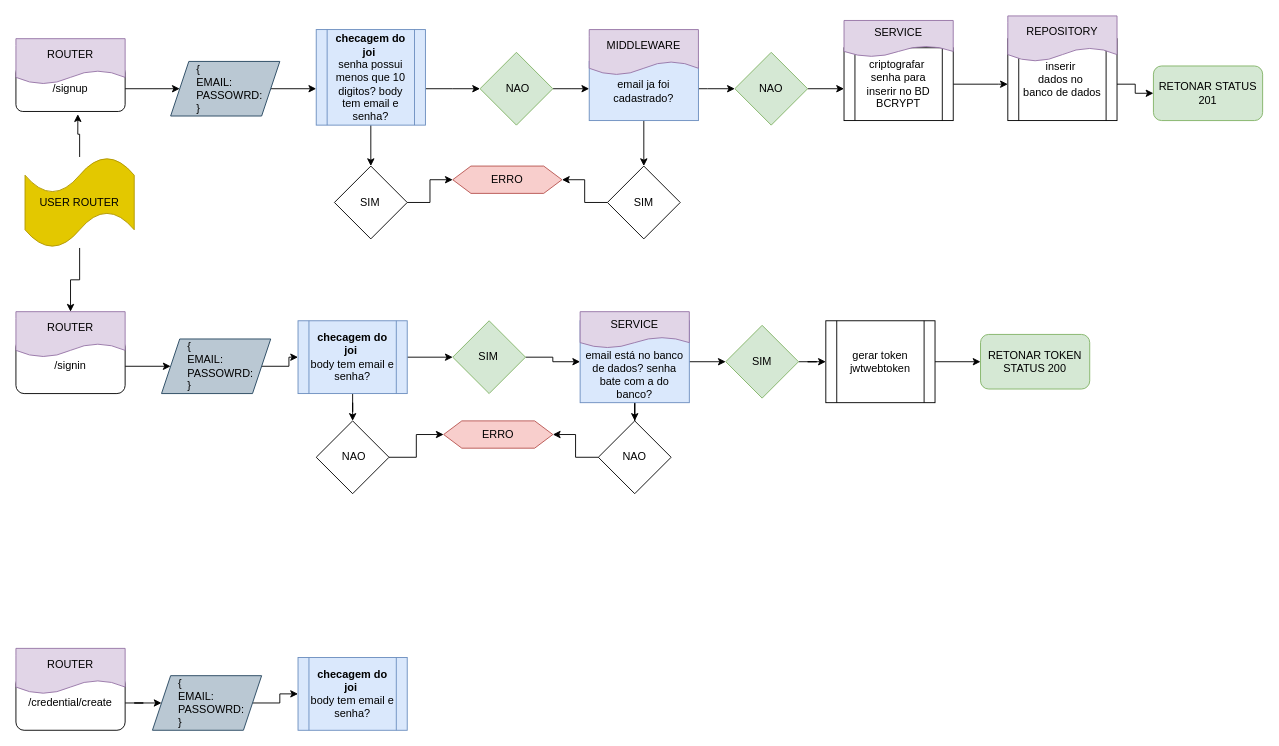
jhuzinha/Fluxogramas keeps this draw.io diagram as DrivenPass.drawio. Above is the earlier version. Source tidied: cells renumbered, new cells numbered last; positions are measured from the earlier drawing's top-left corner, leaving out a move shared by most shapes. Both pictures are drawn from the tidied source at 91%, with x=0, y=0 at pixel (15, 15).
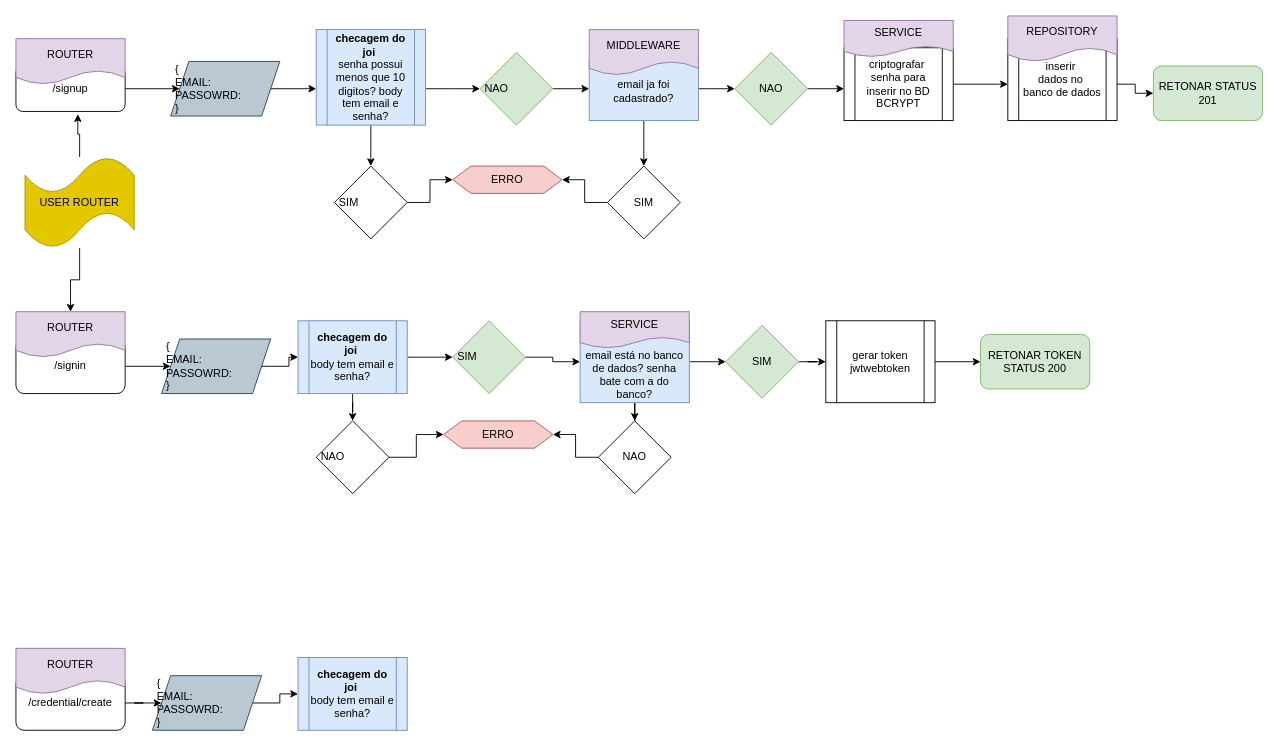
The same diagram, later.

What changed in the source:
```diff
@@
-    <mxCell id="6" value="&lt;div style=&quot;&quot;&gt;&lt;span style=&quot;background-color: initial;&quot;&gt;&lt;span style=&quot;white-space: pre;&quot;&gt;&#9;&lt;/span&gt;{&lt;/span&gt;&lt;/div&gt;&lt;div style=&quot;&quot;&gt;&lt;span style=&quot;background-color: initial;&quot;&gt;&lt;span style=&quot;white-space: pre;&quot;&gt;&#9;&lt;/span&gt;EMAIL:&amp;nbsp;&lt;/span&gt;&lt;/div&gt;&lt;div style=&quot;&quot;&gt;&lt;span style=&quot;background-color: initial;&quot;&gt;&lt;span style=&quot;white-space: pre;&quot;&gt;&#9;&lt;/span&gt;PASSOWRD:&lt;/span&gt;&lt;/div&gt;&lt;div style=&quot;&quot;&gt;&lt;span style=&quot;background-color: initial;&quot;&gt;&lt;span style=&quot;white-space: pre;&quot;&gt;&#9;&lt;/span&gt;}&lt;/span&gt;&lt;/div&gt;" style="shape=parallelogram;perimeter=parallelogramPerimeter;whiteSpace=wrap;html=1;fixedSize=1;align=left;fillColor=#bac8d3;strokeColor=#23445d;" parent="1" vertex="1">
+    <mxCell id="6" value="&lt;div style=&quot;&quot;&gt;&lt;span style=&quot;background-color: initial;&quot;&gt;&lt;span style=&quot;white-space: pre;&quot;&gt; &lt;/span&gt;{&lt;/span&gt;&lt;/div&gt;&lt;div style=&quot;&quot;&gt;&lt;span style=&quot;background-color: initial;&quot;&gt;&lt;span style=&quot;white-space: pre;&quot;&gt; &lt;/span&gt;EMAIL:&amp;nbsp;&lt;/span&gt;&lt;/div&gt;&lt;div style=&quot;&quot;&gt;&lt;span style=&quot;background-color: initial;&quot;&gt;&lt;span style=&quot;white-space: pre;&quot;&gt; &lt;/span&gt;PASSOWRD:&lt;/span&gt;&lt;/div&gt;&lt;div style=&quot;&quot;&gt;&lt;span style=&quot;background-color: initial;&quot;&gt;&lt;span style=&quot;white-space: pre;&quot;&gt; &lt;/span&gt;}&lt;/span&gt;&lt;/div&gt;" style="shape=parallelogram;perimeter=parallelogramPerimeter;whiteSpace=wrap;html=1;fixedSize=1;align=left;fillColor=#bac8d3;strokeColor=#23445d;" parent="1" vertex="1">
       <mxGeometry x="170" y="50" width="120" height="60" as="geometry" />
     </mxCell>
@@
-    <mxCell id="11" value="&lt;span style=&quot;white-space: pre;&quot;&gt;&#9;&lt;/span&gt;SIM" style="rhombus;whiteSpace=wrap;html=1;align=left;" parent="1" vertex="1">
+    <mxCell id="11" value="&lt;span style=&quot;white-space: pre;&quot;&gt; &lt;/span&gt;SIM" style="rhombus;whiteSpace=wrap;html=1;align=left;" parent="1" vertex="1">
       <mxGeometry x="350" y="165" width="80" height="80" as="geometry" />
     </mxCell>
@@
-    <mxCell id="13" value="&lt;span style=&quot;white-space: pre;&quot;&gt;&#9;&lt;/span&gt;NAO" style="rhombus;whiteSpace=wrap;html=1;align=left;fillColor=#d5e8d4;strokeColor=#82b366;" parent="1" vertex="1">
+    <mxCell id="13" value="&lt;span style=&quot;white-space: pre;&quot;&gt; &lt;/span&gt;NAO" style="rhombus;whiteSpace=wrap;html=1;align=left;fillColor=#d5e8d4;strokeColor=#82b366;" parent="1" vertex="1">
       <mxGeometry x="510" y="40" width="80" height="80" as="geometry" />
     </mxCell>
@@
-    <mxCell id="33" value="&lt;div style=&quot;&quot;&gt;&lt;span style=&quot;background-color: initial;&quot;&gt;&lt;span style=&quot;white-space: pre;&quot;&gt;&#9;&lt;/span&gt;{&lt;/span&gt;&lt;/div&gt;&lt;div style=&quot;&quot;&gt;&lt;span style=&quot;background-color: initial;&quot;&gt;&lt;span style=&quot;white-space: pre;&quot;&gt;&#9;&lt;/span&gt;EMAIL:&amp;nbsp;&lt;/span&gt;&lt;/div&gt;&lt;div style=&quot;&quot;&gt;&lt;span style=&quot;background-color: initial;&quot;&gt;&lt;span style=&quot;white-space: pre;&quot;&gt;&#9;&lt;/span&gt;PASSOWRD:&lt;/span&gt;&lt;/div&gt;&lt;div style=&quot;&quot;&gt;&lt;span style=&quot;background-color: initial;&quot;&gt;&lt;span style=&quot;white-space: pre;&quot;&gt;&#9;&lt;/span&gt;}&lt;/span&gt;&lt;/div&gt;" style="shape=parallelogram;perimeter=parallelogramPerimeter;whiteSpace=wrap;html=1;fixedSize=1;align=left;fillColor=#bac8d3;strokeColor=#23445d;" parent="1" vertex="1">
+    <mxCell id="33" value="&lt;div style=&quot;&quot;&gt;&lt;span style=&quot;background-color: initial;&quot;&gt;&lt;span style=&quot;white-space: pre;&quot;&gt; &lt;/span&gt;{&lt;/span&gt;&lt;/div&gt;&lt;div style=&quot;&quot;&gt;&lt;span style=&quot;background-color: initial;&quot;&gt;&lt;span style=&quot;white-space: pre;&quot;&gt; &lt;/span&gt;EMAIL:&amp;nbsp;&lt;/span&gt;&lt;/div&gt;&lt;div style=&quot;&quot;&gt;&lt;span style=&quot;background-color: initial;&quot;&gt;&lt;span style=&quot;white-space: pre;&quot;&gt; &lt;/span&gt;PASSOWRD:&lt;/span&gt;&lt;/div&gt;&lt;div style=&quot;&quot;&gt;&lt;span style=&quot;background-color: initial;&quot;&gt;&lt;span style=&quot;white-space: pre;&quot;&gt; &lt;/span&gt;}&lt;/span&gt;&lt;/div&gt;" style="shape=parallelogram;perimeter=parallelogramPerimeter;whiteSpace=wrap;html=1;fixedSize=1;align=left;fillColor=#bac8d3;strokeColor=#23445d;" parent="1" vertex="1">
       <mxGeometry x="160" y="355" width="120" height="60" as="geometry" />
     </mxCell>
@@
-    <mxCell id="38" value="&lt;span style=&quot;white-space: pre;&quot;&gt;&#9;&lt;/span&gt;NAO" style="rhombus;whiteSpace=wrap;html=1;align=left;" parent="1" vertex="1">
+    <mxCell id="38" value="&lt;span style=&quot;white-space: pre;&quot;&gt; &lt;/span&gt;NAO" style="rhombus;whiteSpace=wrap;html=1;align=left;" parent="1" vertex="1">
       <mxGeometry x="330" y="445" width="80" height="80" as="geometry" />
     </mxCell>
@@
-    <mxCell id="41" value="&lt;span style=&quot;white-space: pre;&quot;&gt;&#9;&lt;/span&gt;SIM" style="rhombus;whiteSpace=wrap;html=1;align=left;fillColor=#d5e8d4;strokeColor=#82b366;" parent="1" vertex="1">
+    <mxCell id="41" value="&lt;span style=&quot;white-space: pre;&quot;&gt; &lt;/span&gt;SIM" style="rhombus;whiteSpace=wrap;html=1;align=left;fillColor=#d5e8d4;strokeColor=#82b366;" parent="1" vertex="1">
       <mxGeometry x="480" y="335" width="80" height="80" as="geometry" />
     </mxCell>
@@
-    <mxCell id="61" value="&lt;div style=&quot;&quot;&gt;&lt;span style=&quot;background-color: initial;&quot;&gt;&lt;span style=&quot;white-space: pre;&quot;&gt;&#9;&lt;/span&gt;{&lt;/span&gt;&lt;/div&gt;&lt;div style=&quot;&quot;&gt;&lt;span style=&quot;background-color: initial;&quot;&gt;&lt;span style=&quot;white-space: pre;&quot;&gt;&#9;&lt;/span&gt;EMAIL:&amp;nbsp;&lt;/span&gt;&lt;/div&gt;&lt;div style=&quot;&quot;&gt;&lt;span style=&quot;background-color: initial;&quot;&gt;&lt;span style=&quot;white-space: pre;&quot;&gt;&#9;&lt;/span&gt;PASSOWRD:&lt;/span&gt;&lt;/div&gt;&lt;div style=&quot;&quot;&gt;&lt;span style=&quot;background-color: initial;&quot;&gt;&lt;span style=&quot;white-space: pre;&quot;&gt;&#9;&lt;/span&gt;}&lt;/span&gt;&lt;/div&gt;" style="shape=parallelogram;perimeter=parallelogramPerimeter;whiteSpace=wrap;html=1;fixedSize=1;align=left;fillColor=#bac8d3;strokeColor=#23445d;" parent="1" vertex="1">
+    <mxCell id="61" value="&lt;div style=&quot;&quot;&gt;&lt;span style=&quot;background-color: initial;&quot;&gt;&lt;span style=&quot;white-space: pre;&quot;&gt; &lt;/span&gt;{&lt;/span&gt;&lt;/div&gt;&lt;div style=&quot;&quot;&gt;&lt;span style=&quot;background-color: initial;&quot;&gt;&lt;span style=&quot;white-space: pre;&quot;&gt; &lt;/span&gt;EMAIL:&amp;nbsp;&lt;/span&gt;&lt;/div&gt;&lt;div style=&quot;&quot;&gt;&lt;span style=&quot;background-color: initial;&quot;&gt;&lt;span style=&quot;white-space: pre;&quot;&gt; &lt;/span&gt;PASSOWRD:&lt;/span&gt;&lt;/div&gt;&lt;div style=&quot;&quot;&gt;&lt;span style=&quot;background-color: initial;&quot;&gt;&lt;span style=&quot;white-space: pre;&quot;&gt; &lt;/span&gt;}&lt;/span&gt;&lt;/div&gt;" style="shape=parallelogram;perimeter=parallelogramPerimeter;whiteSpace=wrap;html=1;fixedSize=1;align=left;fillColor=#bac8d3;strokeColor=#23445d;" parent="1" vertex="1">
       <mxGeometry x="150" y="725" width="120" height="60" as="geometry" />
     </mxCell>
```
